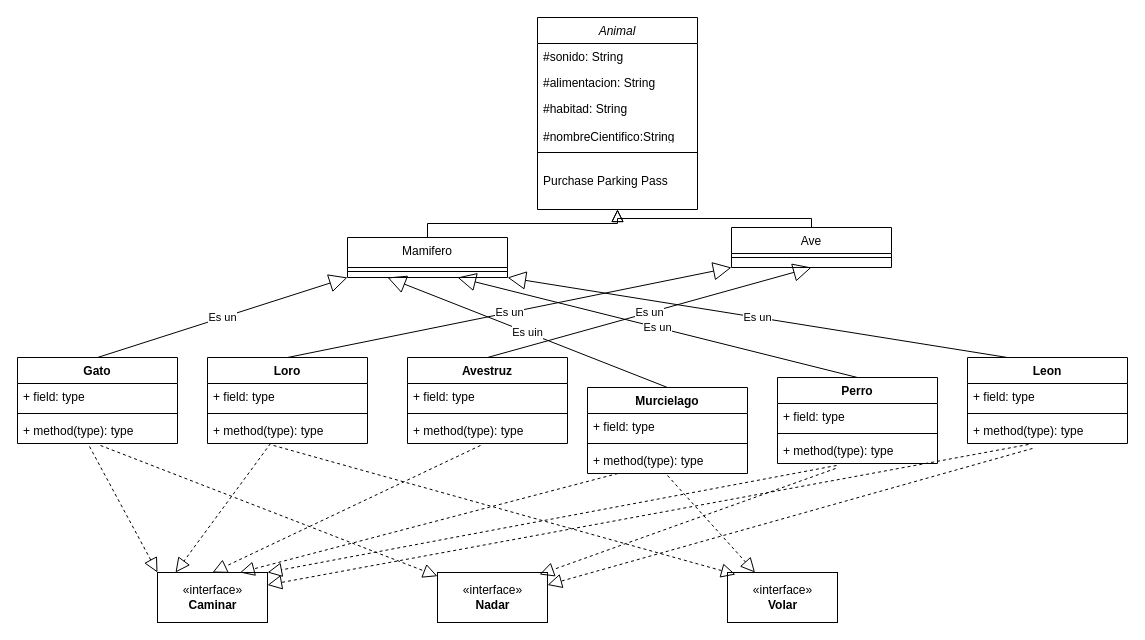
Earlier version of the draw.io diagram Untitled Diagram.drawio (Martin0506/Actividad5). Source tidied: cells renumbered, new cells numbered last; positions are measured from the earlier drawing's top-left corner, leaving out a move shared by most shapes. Both pictures are drawn from the tidied source at 100%, with x=0, y=0 at pixel (17, 17).
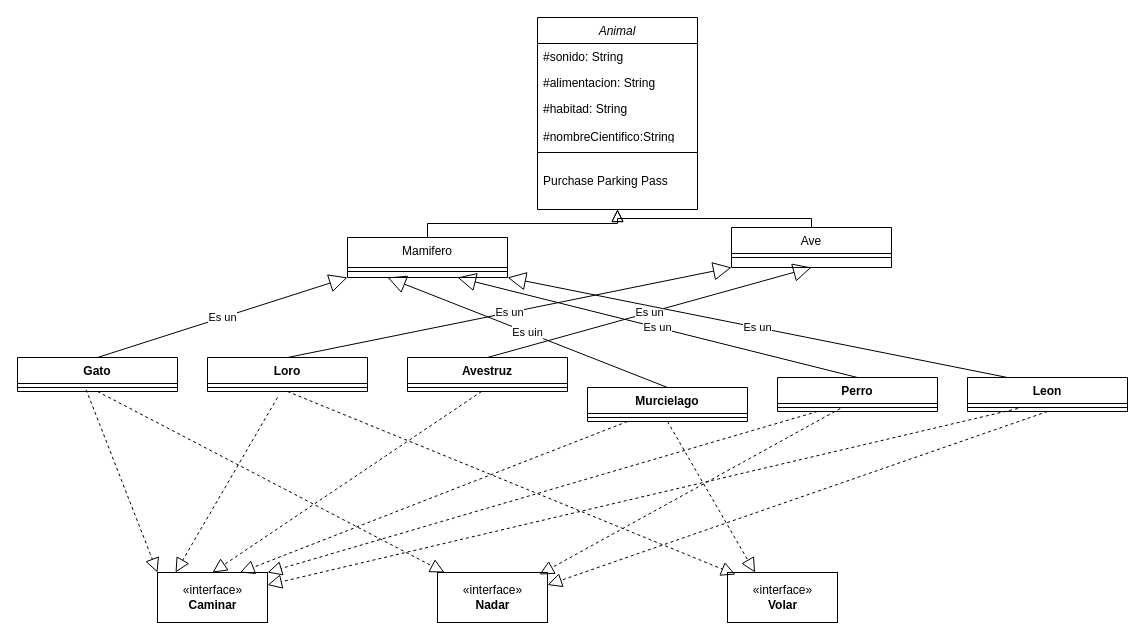
The same page after the edit.

Unchanged cells that the change refers to:
```xml
<mxCell id="44" value="«interface»&lt;br&gt;&lt;b&gt;Caminar&lt;/b&gt;" style="html=1;" parent="1" vertex="1">
  <mxGeometry x="140" y="555" width="110" height="50" as="geometry" />
</mxCell>
<mxCell id="45" value="«interface»&lt;br&gt;&lt;b&gt;Nadar&lt;/b&gt;" style="html=1;" parent="1" vertex="1">
  <mxGeometry x="420" y="555" width="110" height="50" as="geometry" />
</mxCell>
<mxCell id="46" value="«interface»&lt;br&gt;&lt;b&gt;Volar&lt;/b&gt;" style="html=1;" parent="1" vertex="1">
  <mxGeometry x="710" y="555" width="110" height="50" as="geometry" />
</mxCell>
```

What changed in the source:
```diff
@@
     <mxCell id="14" value="Avestruz" style="swimlane;fontStyle=1;align=center;verticalAlign=top;horizontal=1;startSize=26;" parent="1" vertex="1">
-      <mxGeometry x="390" y="340" width="160" height="86" as="geometry" />
+      <mxGeometry x="390" y="340" width="160" height="34" as="geometry" />
     </mxCell>
-    <mxCell id="15" value="+ field: type" style="text;strokeColor=none;fillColor=none;align=left;verticalAlign=top;spacingLeft=4;spacingRight=4;overflow=hidden;" parent="14" vertex="1">
-      <mxGeometry y="26" width="160" height="26" as="geometry" />
-    </mxCell>
     <mxCell id="16" style="line;strokeWidth=1;fillColor=none;align=left;verticalAlign=middle;spacingTop=-1;spacingLeft=3;spacingRight=3;labelPosition=right;points=[];portConstraint=eastwest;" parent="14" vertex="1">
-      <mxGeometry y="52" width="160" height="8" as="geometry" />
+      <mxGeometry y="26" width="160" height="8" as="geometry" />
     </mxCell>
-    <mxCell id="17" value="+ method(type): type" style="text;strokeColor=none;fillColor=none;align=left;verticalAlign=top;spacingLeft=4;spacingRight=4;overflow=hidden;points=[[0,0.5],[1,0.5]];portConstraint=eastwest;" parent="14" vertex="1">
-      <mxGeometry y="60" width="160" height="26" as="geometry" />
-    </mxCell>
     <mxCell id="18" value="Loro" style="swimlane;fontStyle=1;align=center;verticalAlign=top;horizontal=1;startSize=26;" parent="1" vertex="1">
-      <mxGeometry x="190" y="340" width="160" height="86" as="geometry" />
+      <mxGeometry x="190" y="340" width="160" height="34" as="geometry" />
     </mxCell>
-    <mxCell id="19" value="+ field: type" style="text;strokeColor=none;fillColor=none;align=left;verticalAlign=top;spacingLeft=4;spacingRight=4;overflow=hidden;" parent="18" vertex="1">
-      <mxGeometry y="26" width="160" height="26" as="geometry" />
-    </mxCell>
     <mxCell id="20" style="line;strokeWidth=1;fillColor=none;align=left;verticalAlign=middle;spacingTop=-1;spacingLeft=3;spacingRight=3;labelPosition=right;" parent="18" vertex="1">
-      <mxGeometry y="52" width="160" height="8" as="geometry" />
+      <mxGeometry y="26" width="160" height="8" as="geometry" />
     </mxCell>
-    <mxCell id="21" value="+ method(type): type" style="text;strokeColor=none;fillColor=none;align=left;verticalAlign=top;spacingLeft=4;spacingRight=4;overflow=hidden;points=[[0,0.5],[1,0.5]];portConstraint=eastwest;" parent="18" vertex="1">
-      <mxGeometry y="60" width="160" height="26" as="geometry" />
-    </mxCell>
     <mxCell id="22" value="Murcielago" style="swimlane;fontStyle=1;align=center;verticalAlign=top;horizontal=1;startSize=26;" parent="1" vertex="1">
-      <mxGeometry x="570" y="370" width="160" height="86" as="geometry" />
+      <mxGeometry x="570" y="370" width="160" height="34" as="geometry" />
     </mxCell>
-    <mxCell id="23" value="+ field: type" style="text;strokeColor=none;fillColor=none;align=left;verticalAlign=top;spacingLeft=4;spacingRight=4;overflow=hidden;" parent="22" vertex="1">
-      <mxGeometry y="26" width="160" height="26" as="geometry" />
-    </mxCell>
     <mxCell id="24" style="line;strokeWidth=1;fillColor=none;align=left;verticalAlign=middle;spacingTop=-1;spacingLeft=3;spacingRight=3;labelPosition=right;" parent="22" vertex="1">
-      <mxGeometry y="52" width="160" height="8" as="geometry" />
+      <mxGeometry y="26" width="160" height="8" as="geometry" />
     </mxCell>
-    <mxCell id="25" value="+ method(type): type" style="text;strokeColor=none;fillColor=none;align=left;verticalAlign=top;spacingLeft=4;spacingRight=4;overflow=hidden;points=[[0,0.5],[1,0.5]];portConstraint=eastwest;" parent="22" vertex="1">
-      <mxGeometry y="60" width="160" height="26" as="geometry" />
-    </mxCell>
     <mxCell id="26" value="Perro" style="swimlane;fontStyle=1;align=center;verticalAlign=top;horizontal=1;startSize=26;" parent="1" vertex="1">
-      <mxGeometry x="760" y="360" width="160" height="86" as="geometry" />
+      <mxGeometry x="760" y="360" width="160" height="34" as="geometry" />
     </mxCell>
-    <mxCell id="27" value="+ field: type" style="text;strokeColor=none;fillColor=none;align=left;verticalAlign=top;spacingLeft=4;spacingRight=4;overflow=hidden;" parent="26" vertex="1">
-      <mxGeometry y="26" width="160" height="26" as="geometry" />
-    </mxCell>
     <mxCell id="28" style="line;strokeWidth=1;fillColor=none;align=left;verticalAlign=middle;spacingTop=-1;spacingLeft=3;spacingRight=3;labelPosition=right;points=[];portConstraint=eastwest;" parent="26" vertex="1">
-      <mxGeometry y="52" width="160" height="8" as="geometry" />
+      <mxGeometry y="26" width="160" height="8" as="geometry" />
     </mxCell>
-    <mxCell id="29" value="+ method(type): type" style="text;strokeColor=none;fillColor=none;align=left;verticalAlign=top;spacingLeft=4;spacingRight=4;overflow=hidden;points=[[0,0.5],[1,0.5]];portConstraint=eastwest;" parent="26" vertex="1">
-      <mxGeometry y="60" width="160" height="26" as="geometry" />
-    </mxCell>
     <mxCell id="30" value="Leon" style="swimlane;fontStyle=1;align=center;verticalAlign=top;horizontal=1;startSize=26;" parent="1" vertex="1">
-      <mxGeometry x="950" y="340" width="160" height="86" as="geometry" />
+      <mxGeometry x="950" y="360" width="160" height="34" as="geometry" />
     </mxCell>
-    <mxCell id="31" value="+ field: type" style="text;strokeColor=none;fillColor=none;align=left;verticalAlign=top;spacingLeft=4;spacingRight=4;overflow=hidden;" parent="30" vertex="1">
-      <mxGeometry y="26" width="160" height="26" as="geometry" />
-    </mxCell>
     <mxCell id="32" style="line;strokeWidth=1;fillColor=none;align=left;verticalAlign=middle;spacingTop=-1;spacingLeft=3;spacingRight=3;labelPosition=right;points=[];portConstraint=eastwest;" parent="30" vertex="1">
-      <mxGeometry y="52" width="160" height="8" as="geometry" />
+      <mxGeometry y="26" width="160" height="8" as="geometry" />
     </mxCell>
-    <mxCell id="33" value="+ method(type): type" style="text;strokeColor=none;fillColor=none;align=left;verticalAlign=top;spacingLeft=4;spacingRight=4;overflow=hidden;points=[[0,0.5],[1,0.5]];portConstraint=eastwest;" parent="30" vertex="1">
-      <mxGeometry y="60" width="160" height="26" as="geometry" />
-    </mxCell>
     <mxCell id="34" value="Gato" style="swimlane;fontStyle=1;align=center;verticalAlign=top;horizontal=1;startSize=26;" parent="1" vertex="1">
-      <mxGeometry y="340" width="160" height="86" as="geometry" />
+      <mxGeometry y="340" width="160" height="34" as="geometry" />
     </mxCell>
-    <mxCell id="35" value="+ field: type" style="text;strokeColor=none;fillColor=none;align=left;verticalAlign=top;spacingLeft=4;spacingRight=4;overflow=hidden;" parent="34" vertex="1">
-      <mxGeometry y="26" width="160" height="26" as="geometry" />
-    </mxCell>
     <mxCell id="36" style="line;strokeWidth=1;fillColor=none;align=left;verticalAlign=middle;spacingTop=-1;spacingLeft=3;spacingRight=3;labelPosition=right;points=[];portConstraint=eastwest;" parent="34" vertex="1">
-      <mxGeometry y="52" width="160" height="8" as="geometry" />
+      <mxGeometry y="26" width="160" height="8" as="geometry" />
     </mxCell>
-    <mxCell id="37" value="+ method(type): type" style="text;strokeColor=none;fillColor=none;align=left;verticalAlign=top;spacingLeft=4;spacingRight=4;overflow=hidden;points=[[0,0.5],[1,0.5]];portConstraint=eastwest;" parent="34" vertex="1">
-      <mxGeometry y="60" width="160" height="26" as="geometry" />
-    </mxCell>
@@
-    <mxCell id="47" style="endArrow=block;dashed=1;endFill=0;endSize=12;html=1;rounded=0;exitX=0.45;exitY=1.115;exitDx=0;exitDy=0;exitPerimeter=0;entryX=0;entryY=0;entryDx=0;entryDy=0;" parent="1" edge="1" source="37" target="44">
+    <mxCell id="47" style="endArrow=block;dashed=1;endFill=0;endSize=12;html=1;rounded=0;exitX=0.429;exitY=0.772;exitDx=0;exitDy=0;exitPerimeter=0;entryX=0;entryY=0;entryDx=0;entryDy=0;" parent="1" edge="1" source="36" target="44">
       <mxGeometry relative="1" as="geometry" />
     </mxCell>
-    <mxCell id="48" style="endArrow=block;dashed=1;endFill=0;endSize=12;html=1;rounded=0;exitX=0.519;exitY=1.077;exitDx=0;exitDy=0;exitPerimeter=0;" parent="1" edge="1" source="37" target="45">
+    <mxCell id="48" style="endArrow=block;dashed=1;endFill=0;endSize=12;html=1;rounded=0;exitX=0.5;exitY=1;exitDx=0;exitDy=0;" parent="1" edge="1" source="34" target="45">
       <mxGeometry relative="1" as="geometry" />
     </mxCell>
-    <mxCell id="49" style="endArrow=block;dashed=1;endFill=0;endSize=12;html=1;rounded=0;exitX=0.413;exitY=1.077;exitDx=0;exitDy=0;exitPerimeter=0;entryX=0.073;entryY=0.04;entryDx=0;entryDy=0;entryPerimeter=0;" parent="1" edge="1" source="21" target="46">
+    <mxCell id="49" style="endArrow=block;dashed=1;endFill=0;endSize=12;html=1;rounded=0;exitX=0.5;exitY=1;exitDx=0;exitDy=0;entryX=0.073;entryY=0.04;entryDx=0;entryDy=0;entryPerimeter=0;" parent="1" edge="1" source="18" target="46">
       <mxGeometry relative="1" as="geometry" />
     </mxCell>
-    <mxCell id="50" style="endArrow=block;dashed=1;endFill=0;endSize=12;html=1;rounded=0;exitX=0.394;exitY=1;exitDx=0;exitDy=0;exitPerimeter=0;entryX=0.164;entryY=0;entryDx=0;entryDy=0;entryPerimeter=0;" parent="1" edge="1" source="21" target="44">
-      <mxGeometry relative="1" as="geometry" />
+    <mxCell id="50" style="endArrow=block;dashed=1;endFill=0;endSize=12;html=1;rounded=0;entryX=0.164;entryY=0;entryDx=0;entryDy=0;entryPerimeter=0;" parent="1" edge="1" target="44">
+      <mxGeometry relative="1" as="geometry">
+        <mxPoint x="260" y="380" as="sourcePoint" />
+      </mxGeometry>
     </mxCell>
-    <mxCell id="51" style="endArrow=block;dashed=1;endFill=0;endSize=12;html=1;rounded=0;exitX=0.456;exitY=1.077;exitDx=0;exitDy=0;exitPerimeter=0;entryX=0.5;entryY=0;entryDx=0;entryDy=0;" parent="1" edge="1" source="17" target="44">
+    <mxCell id="51" style="endArrow=block;dashed=1;endFill=0;endSize=12;html=1;rounded=0;entryX=0.5;entryY=0;entryDx=0;entryDy=0;" parent="1" edge="1" source="16" target="44">
       <mxGeometry relative="1" as="geometry" />
     </mxCell>
-    <mxCell id="52" style="endArrow=block;dashed=1;endFill=0;endSize=12;html=1;rounded=0;entryX=0.75;entryY=0;entryDx=0;entryDy=0;" parent="1" edge="1" source="25" target="44">
+    <mxCell id="52" style="endArrow=block;dashed=1;endFill=0;endSize=12;html=1;rounded=0;entryX=0.75;entryY=0;entryDx=0;entryDy=0;exitX=0.25;exitY=1;exitDx=0;exitDy=0;" parent="1" edge="1" source="22" target="44">
       <mxGeometry relative="1" as="geometry" />
     </mxCell>
-    <mxCell id="53" style="endArrow=block;dashed=1;endFill=0;endSize=12;html=1;rounded=0;exitX=0.5;exitY=1.077;exitDx=0;exitDy=0;exitPerimeter=0;entryX=0.25;entryY=0;entryDx=0;entryDy=0;" parent="1" edge="1" source="25" target="46">
+    <mxCell id="53" style="endArrow=block;dashed=1;endFill=0;endSize=12;html=1;rounded=0;exitX=0.5;exitY=1;exitDx=0;exitDy=0;entryX=0.25;entryY=0;entryDx=0;entryDy=0;" parent="1" edge="1" source="22" target="46">
       <mxGeometry relative="1" as="geometry" />
     </mxCell>
-    <mxCell id="54" style="endArrow=block;dashed=1;endFill=0;endSize=12;html=1;rounded=0;exitX=0.369;exitY=1.077;exitDx=0;exitDy=0;exitPerimeter=0;entryX=1;entryY=0;entryDx=0;entryDy=0;" parent="1" edge="1" source="29" target="44">
+    <mxCell id="54" style="endArrow=block;dashed=1;endFill=0;endSize=12;html=1;rounded=0;exitX=0.25;exitY=1;exitDx=0;exitDy=0;entryX=1;entryY=0;entryDx=0;entryDy=0;" parent="1" edge="1" source="26" target="44">
       <mxGeometry relative="1" as="geometry" />
     </mxCell>
-    <mxCell id="55" style="endArrow=block;dashed=1;endFill=0;endSize=12;html=1;rounded=0;exitX=0.363;exitY=1.192;exitDx=0;exitDy=0;exitPerimeter=0;entryX=0.927;entryY=0.04;entryDx=0;entryDy=0;entryPerimeter=0;" parent="1" edge="1" source="29" target="45">
+    <mxCell id="55" style="endArrow=block;dashed=1;endFill=0;endSize=12;html=1;rounded=0;exitX=0.392;exitY=0.625;exitDx=0;exitDy=0;exitPerimeter=0;entryX=0.927;entryY=0.04;entryDx=0;entryDy=0;entryPerimeter=0;" parent="1" edge="1" source="28" target="45">
       <mxGeometry relative="1" as="geometry" />
     </mxCell>
-    <mxCell id="56" style="endArrow=block;dashed=1;endFill=0;endSize=12;html=1;rounded=0;exitX=0.381;exitY=1.038;exitDx=0;exitDy=0;exitPerimeter=0;entryX=1;entryY=0.25;entryDx=0;entryDy=0;" parent="1" edge="1" source="33" target="44">
+    <mxCell id="56" style="endArrow=block;dashed=1;endFill=0;endSize=12;html=1;rounded=0;exitX=0.315;exitY=0.625;exitDx=0;exitDy=0;exitPerimeter=0;entryX=1;entryY=0.25;entryDx=0;entryDy=0;" parent="1" edge="1" source="32" target="44">
       <mxGeometry relative="1" as="geometry" />
     </mxCell>
-    <mxCell id="57" style="endArrow=block;dashed=1;endFill=0;endSize=12;html=1;rounded=0;exitX=0.406;exitY=1.192;exitDx=0;exitDy=0;exitPerimeter=0;entryX=1;entryY=0.25;entryDx=0;entryDy=0;" parent="1" edge="1" source="33" target="45">
+    <mxCell id="57" style="endArrow=block;dashed=1;endFill=0;endSize=12;html=1;rounded=0;exitX=0.5;exitY=1;exitDx=0;exitDy=0;entryX=1;entryY=0.25;entryDx=0;entryDy=0;" parent="1" edge="1" source="30" target="45">
       <mxGeometry relative="1" as="geometry" />
     </mxCell>
```
